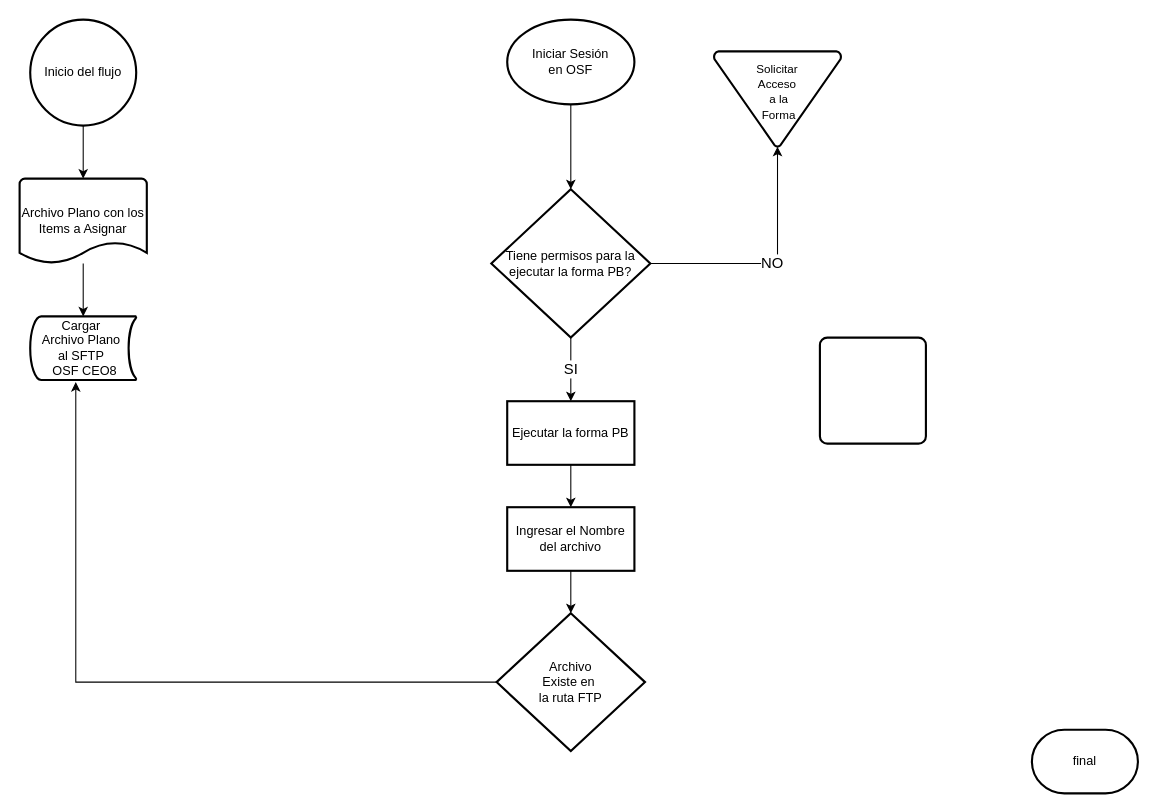
Earlier version of the draw.io diagram Aranda_1132_Asignacion_Masiva_Items.drawio (danieltm1987/Design_arandas_Horbath). Source tidied: cells renumbered, new cells numbered last; positions are measured from the earlier drawing's top-left corner, leaving out a move shared by most shapes. Both pictures are drawn from the tidied source at 106%, with x=0, y=0 at pixel (19, 19).
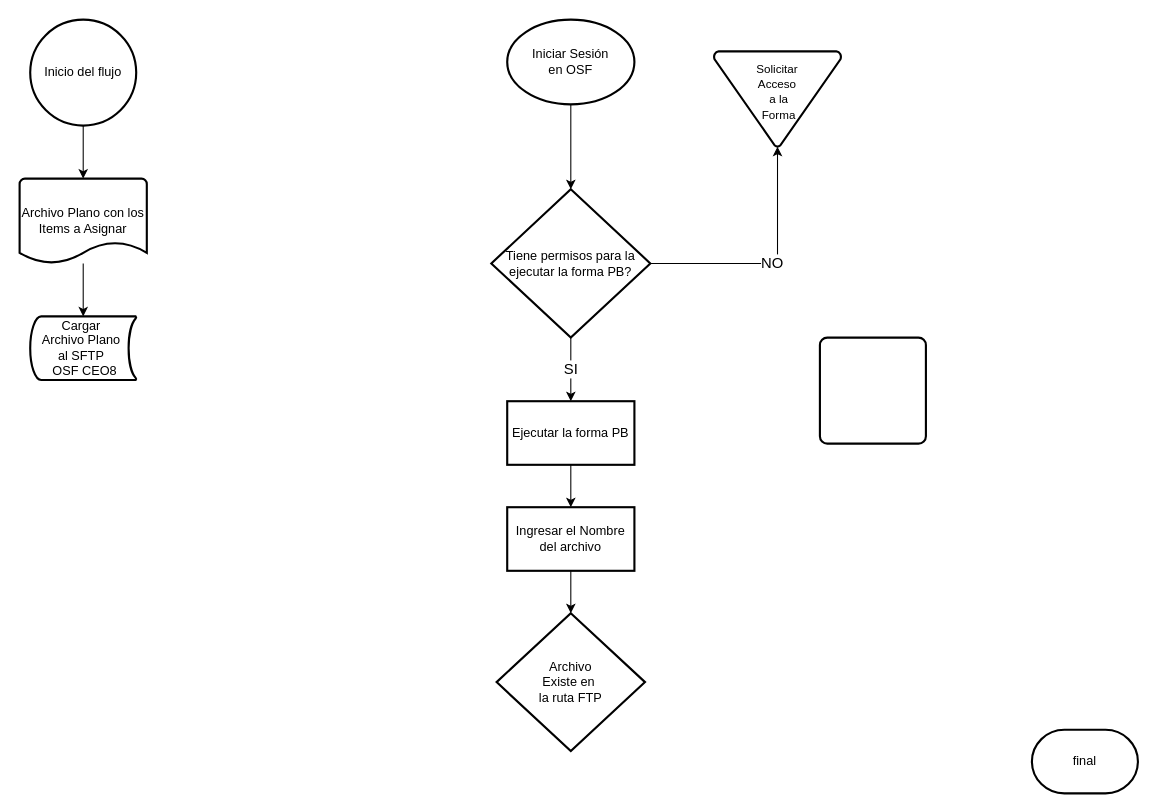
After the change.

The change refers to these unchanged cells:
```xml
<mxCell id="5" value="Cargar&amp;nbsp;&lt;div&gt;Archivo Plano&amp;nbsp;&lt;/div&gt;&lt;div&gt;al SFTP&amp;nbsp;&lt;/div&gt;&lt;div&gt;&lt;div&gt;&amp;nbsp;OSF CEO8&lt;/div&gt;&lt;/div&gt;" style="strokeWidth=2;html=1;shape=mxgraph.flowchart.stored_data;whiteSpace=wrap;" parent="1" vertex="1">
  <mxGeometry x="10" y="280" width="100" height="60" as="geometry" />
</mxCell>
<mxCell id="17" value="Archivo&lt;div&gt;Existe en&amp;nbsp;&lt;/div&gt;&lt;div&gt;la ruta FTP&lt;/div&gt;" style="strokeWidth=2;html=1;shape=mxgraph.flowchart.decision;whiteSpace=wrap;" parent="1" vertex="1">
  <mxGeometry x="450" y="560" width="140" height="130" as="geometry" />
</mxCell>
```

Change to the diagram source:
```diff
@@
-    <mxCell id="19" style="edgeStyle=orthogonalEdgeStyle;rounded=0;jettySize=auto;html=1;entryX=0.43;entryY=1.033;entryDx=0;entryDy=0;entryPerimeter=0;" parent="1" edge="1" source="17" target="5">
-      <mxGeometry relative="1" as="geometry" />
-    </mxCell>
```
